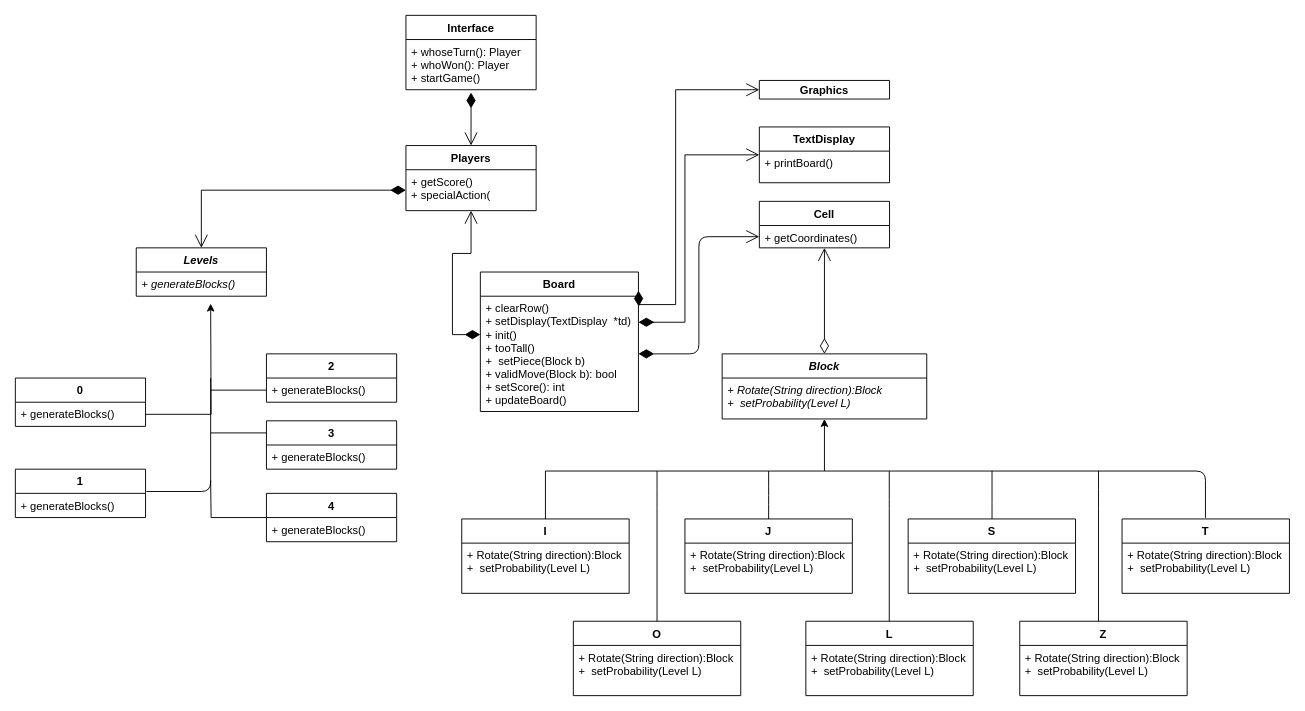
The draw.io diagram random/a5UML.drawio in fhkamal/Biquadris, before the edit. Source tidied: cells renumbered, new cells numbered last; positions are measured from the earlier drawing's top-left corner, leaving out a move shared by most shapes. Both pictures are drawn from the tidied source at 93%, with x=0, y=0 at pixel (15, 15).
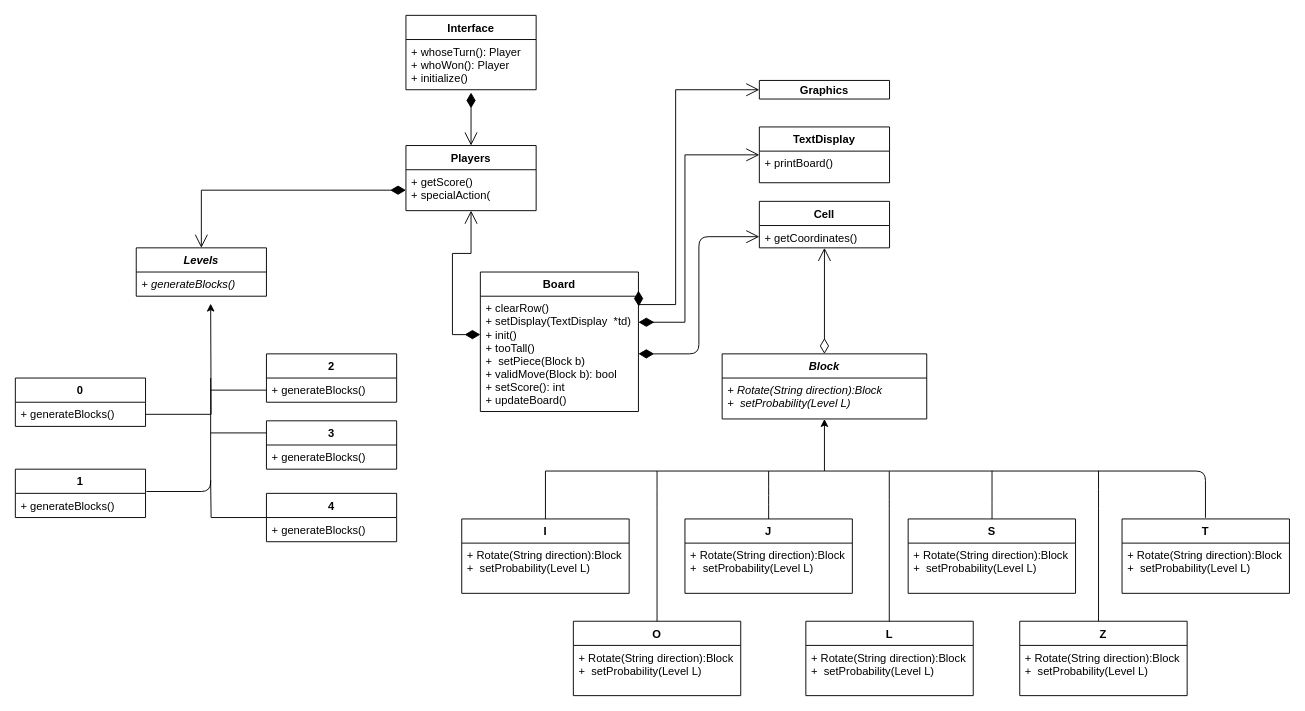
After the change.

The change refers to these unchanged cells:
```xml
<mxCell id="70" value="Interface" style="swimlane;fontStyle=1;horizontal=1;startSize=26;fillColor=none;" parent="1" vertex="1">
  <mxGeometry x="420" width="140" height="80" as="geometry" />
</mxCell>
```

The edit, as a diff of the source:
```diff
@@
-    <mxCell id="71" value="+ whoseTurn(): Player&#10;+ whoWon(): Player&#10;+ startGame()&#10;" style="text;strokeColor=none;fillColor=none;align=left;verticalAlign=top;spacingLeft=4;spacingRight=4;overflow=hidden;" parent="70" vertex="1">
+    <mxCell id="71" value="+ whoseTurn(): Player&#10;+ whoWon(): Player&#10;+ initialize()&#10;" style="text;strokeColor=none;fillColor=none;align=left;verticalAlign=top;spacingLeft=4;spacingRight=4;overflow=hidden;" parent="70" vertex="1">
       <mxGeometry y="26" width="140" height="54" as="geometry" />
     </mxCell>
```
